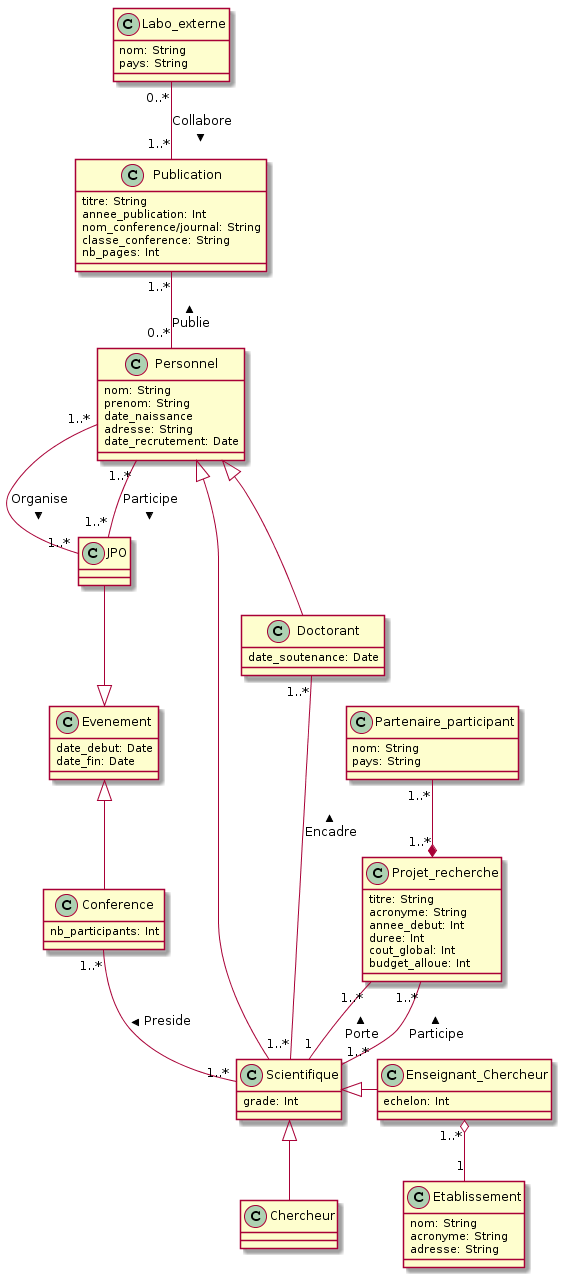
This is class_diagram.png from reivax-boucoi/TP_BDD, a PlantUML export, as it was before one commit. Source of this version:
```plantuml
@startuml

class Personnel {
  nom: String
  prenom: String
  date_naissance
  adresse: String
  date_recrutement: Date
}
class Scientifique{
  grade: Int
}
class Enseignant_Chercheur{
  echelon: Int
}
class Doctorant{
  date_soutenance: Date
  }
class Etablissement{
  nom: String
  acronyme: String
  adresse: String
}
class Publication{
  titre: String
  annee_publication: Int
  nom_conference/journal: String
  classe_conference: String
  nb_pages: Int
}
class Labo_externe{
  nom: String
  pays: String
}
class Partenaire_participant{
  nom: String
  pays: String
}
class Projet_recherche{
 titre: String
  acronyme: String
  annee_debut: Int
  duree: Int
  cout_global: Int
  budget_alloue: Int
}
class Evenement{
  date_debut: Date
  date_fin: Date
}
class JPO{
}
class Conference{
  nb_participants: Int
}
Personnel <|- Scientifique
Personnel <|-down- Doctorant
Scientifique <|-- Chercheur
Scientifique <|- Enseignant_Chercheur
Enseignant_Chercheur "1..*" o-down- "1" Etablissement
Doctorant "1..*"-"1..*" Scientifique : Encadre <
Projet_recherche "1..*"*-up-"1..*" Partenaire_participant
Projet_recherche "1..*"--"1" Scientifique : Porte <
Projet_recherche "1..*"--"1..*" Scientifique : Participe <

Personnel "0..*"-up-"1..*" Publication : Publie >
Evenement <|-up- JPO
Evenement <|-down- Conference
Conference "1..*"--"1..*" Scientifique : Preside <
Labo_externe "0..*"--"1..*" Publication : Collabore >
Personnel "1..*"--"1..*" JPO : Organise >
Personnel "1..*"--"1..*" JPO : Participe >
@enduml
```
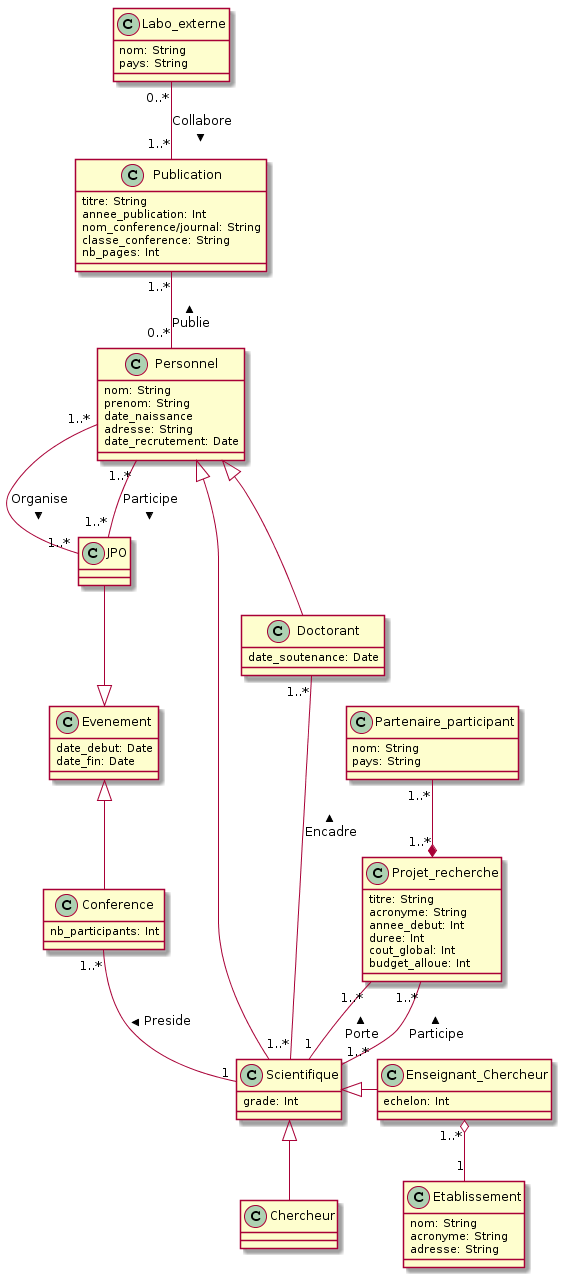
Later version of the same file.

Diff of the diagram source:
```diff
@@ -66,7 +66,7 @@
 Personnel "0..*"-up-"1..*" Publication : Publie >
 Evenement <|-up- JPO
 Evenement <|-down- Conference
-Conference "1..*"--"1..*" Scientifique : Preside <
+Conference "1..*"--"1" Scientifique : Preside <
 Labo_externe "0..*"--"1..*" Publication : Collabore >
 Personnel "1..*"--"1..*" JPO : Organise >
 Personnel "1..*"--"1..*" JPO : Participe >
```
